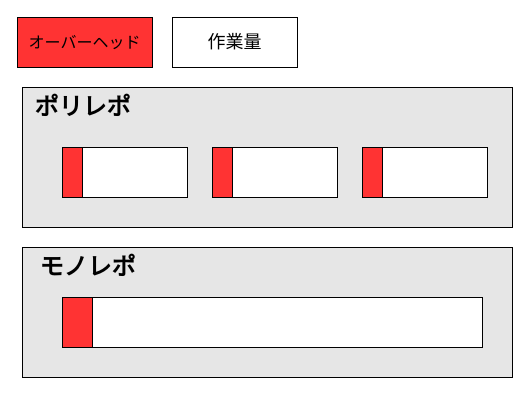
This is 2024/efficiency.drawio from Stealthmate/wakate, a draw.io file, before an edit. Source tidied: cells renumbered, new cells numbered last; positions are measured from the earlier drawing's top-left corner, leaving out a move shared by most shapes. Both pictures are drawn from the tidied source at 100%, with x=0, y=0 at pixel (17, 17).
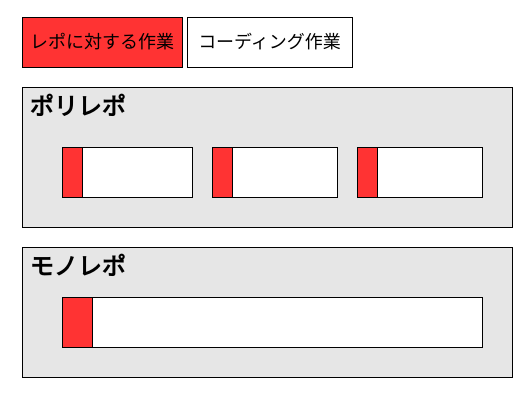
After the change.

Diff of the diagram source:
```diff
@@
 <mxGraphModel>
   <root>
     <mxCell id="0" />
     <mxCell id="1" parent="0" />
     <mxCell id="2" style="rounded=0;whiteSpace=wrap;html=1;fillColor=#E6E6E6;" parent="1" vertex="1">
       <mxGeometry x="5" y="70" width="490" height="140" as="geometry" />
     </mxCell>
     <mxCell id="3" value="ポリレポ" style="text;strokeColor=none;fillColor=none;html=1;fontSize=24;fontStyle=1;verticalAlign=middle;align=center;" parent="1" vertex="1">
-      <mxGeometry x="5" y="70" width="120" height="40" as="geometry" />
+      <mxGeometry x="10" y="70" width="100" height="40" as="geometry" />
     </mxCell>
     <mxCell id="4" style="rounded=0;whiteSpace=wrap;html=1;fillColor=#E6E6E6;" parent="1" vertex="1">
       <mxGeometry x="5" y="230" width="490" height="130" as="geometry" />
     </mxCell>
     <mxCell id="5" value="モノレポ" style="text;strokeColor=none;fillColor=none;html=1;fontSize=24;fontStyle=1;verticalAlign=middle;align=center;" parent="1" vertex="1">
-      <mxGeometry x="5" y="230" width="130" height="40" as="geometry" />
+      <mxGeometry x="10" y="230" width="100" height="40" as="geometry" />
     </mxCell>
     <mxCell id="6" style="rounded=0;whiteSpace=wrap;html=1;" parent="1" vertex="1">
       <mxGeometry x="45" y="280" width="420" height="50" as="geometry" />
     </mxCell>
     <mxCell id="7" style="rounded=0;whiteSpace=wrap;html=1;" parent="1" vertex="1">
-      <mxGeometry x="45" y="130" width="125" height="50" as="geometry" />
+      <mxGeometry x="55" y="130" width="120" height="50" as="geometry" />
     </mxCell>
-    <mxCell id="8" value="&lt;font size=&quot;3&quot;&gt;オーバーヘッド&lt;/font&gt;" style="rounded=0;whiteSpace=wrap;html=1;fillColor=#FF3333;" parent="1" vertex="1">
-      <mxGeometry width="135" height="50" as="geometry" />
+    <mxCell id="8" value="&lt;font style=&quot;font-size: 18px;&quot;&gt;レポに対する作業&lt;/font&gt;" style="rounded=0;whiteSpace=wrap;html=1;fillColor=#FF3333;" parent="1" vertex="1">
+      <mxGeometry x="5" width="160" height="50" as="geometry" />
     </mxCell>
     <mxCell id="9" style="rounded=0;whiteSpace=wrap;html=1;fillColor=#FF3333;" parent="1" vertex="1">
       <mxGeometry x="45" y="280" width="30" height="50" as="geometry" />
     </mxCell>
     <mxCell id="10" style="rounded=0;whiteSpace=wrap;html=1;fillColor=#FF3333;" parent="1" vertex="1">
       <mxGeometry x="45" y="130" width="20" height="50" as="geometry" />
     </mxCell>
     <mxCell id="11" style="rounded=0;whiteSpace=wrap;html=1;" parent="1" vertex="1">
       <mxGeometry x="195" y="130" width="125" height="50" as="geometry" />
     </mxCell>
     <mxCell id="12" style="rounded=0;whiteSpace=wrap;html=1;fillColor=#FF3333;" parent="1" vertex="1">
       <mxGeometry x="195" y="130" width="20" height="50" as="geometry" />
     </mxCell>
     <mxCell id="13" style="rounded=0;whiteSpace=wrap;html=1;" parent="1" vertex="1">
-      <mxGeometry x="345" y="130" width="125" height="50" as="geometry" />
+      <mxGeometry x="340" y="130" width="125" height="50" as="geometry" />
     </mxCell>
     <mxCell id="14" style="rounded=0;whiteSpace=wrap;html=1;fillColor=#FF3333;" parent="1" vertex="1">
-      <mxGeometry x="345" y="130" width="20" height="50" as="geometry" />
+      <mxGeometry x="340" y="130" width="20" height="50" as="geometry" />
     </mxCell>
-    <mxCell id="15" value="&lt;span style=&quot;font-size: 18px;&quot;&gt;作業量&lt;/span&gt;" style="rounded=0;whiteSpace=wrap;html=1;" parent="1" vertex="1">
-      <mxGeometry x="155" width="125" height="50" as="geometry" />
+    <mxCell id="15" value="&lt;span style=&quot;font-size: 18px;&quot;&gt;コーディング作業&lt;/span&gt;" style="rounded=0;whiteSpace=wrap;html=1;" parent="1" vertex="1">
+      <mxGeometry x="170" width="165" height="50" as="geometry" />
     </mxCell>
   </root>
 </mxGraphModel>
```
